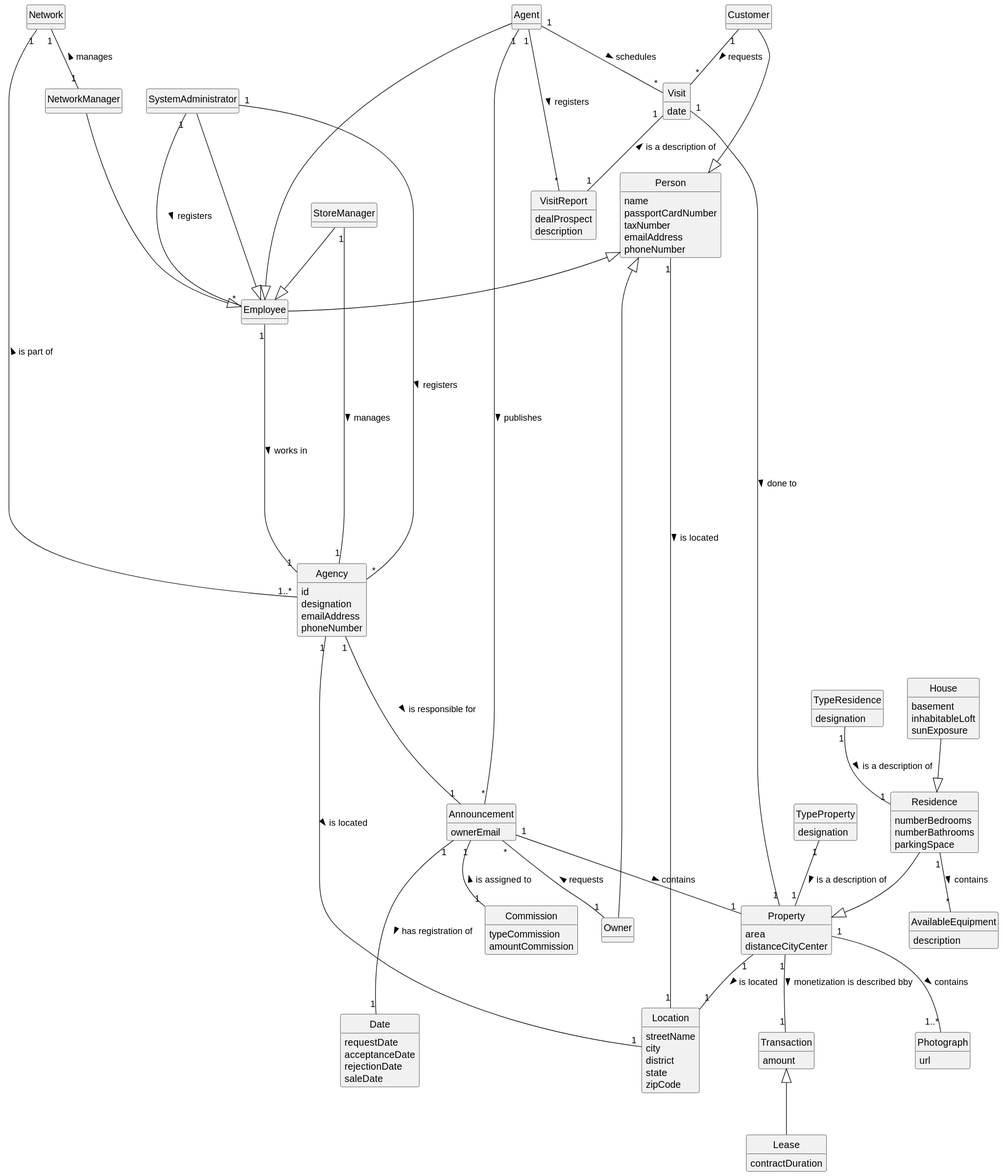
Above: docs/sprintB/global-artifacts/02.analysis/svg/project-domain-model.svg in rita-barbosa/LAPR2-2223 (PlantUML), before the change.
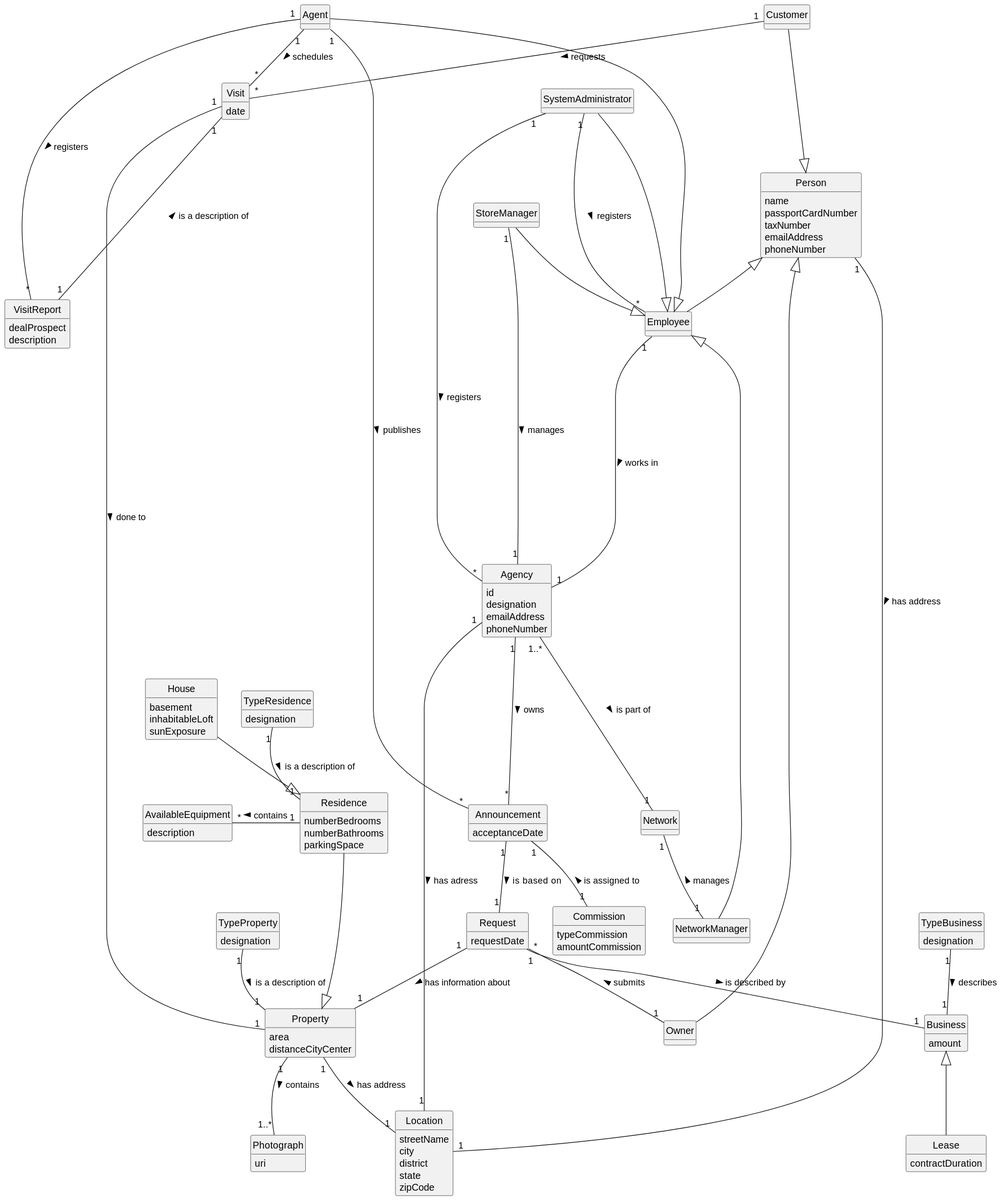
Later version of the same file.

Commit message:
Update of domain model [US002][Analysis]

What changed in the source:
```diff
@@ -44,15 +44,9 @@
 class NetworkManager{
 }
 class Announcement{
-ownerEmail
+acceptanceDate
+}
 
-}
-class Date {
-requestDate
-acceptanceDate
-rejectionDate
-saleDate
-}
 class Visit{
 date
 }
@@ -87,7 +81,7 @@
 designation
 }
 class Photograph{
-url
+uri
 }
 class Location{
 streetName
@@ -96,8 +90,11 @@
 state
 zipCode
 }
-class Transaction{
+class Business{
 amount
+}
+class TypeBusiness{
+designation
 }
 class Lease{
 contractDuration
@@ -106,7 +103,9 @@
 typeCommission
 amountCommission
 }
-
+class Request{
+requestDate
+}
 
 
 SystemAdministrator --|> Employee
@@ -124,24 +123,25 @@
 StoreManager "1" -- "1" Agency: manages >
 NetworkManager "1" -up- "1" Network: manages >
 Agency "1..*" --- "1" Network: is part of >
-Announcement "1" -- "1" Property: contains >
-Announcement "*" -- "1" Owner: requests <
+Request "*" -- "1" Owner: submits <
 Visit "1" -- "1" Property: done to >
-Residence  --|>  Property
+Residence  ---|>  Property
 House --|> Residence
-Visit "1" -- "1"  VisitReport: is a description of <
+Visit "1" --- "1"  VisitReport: is a description of <
 Agent "1" -- "*" VisitReport: registers >
 Employee "1" ----- "1" Agency: works in  >
 TypeProperty "1" -- "1" Property: is a description of >
 TypeResidence "1" -- "1" Residence: is a description of >
 Property "1" -- "1..*" Photograph: contains >
-Property "1"--"1" Location: is located  >
-Property "1" -- "1" Transaction: monetization is described bby >
-Transaction <|-- Lease
-Person "1" ---- "1" Location: is located >
-Agency "1" ---- "1" Location: is located >
-Residence "1" -- "*"AvailableEquipment: contains >
+Property "1"--"1" Location: has address >
+Person "1" - "1" Location: has address >
+Agency "1" --- "1" Location: has adress >
+Residence "1" -left "*"AvailableEquipment: contains >
 Announcement "1" -- "1" Commission: is assigned to <
-Agency "1" --- "1" Announcement: is responsible for >
-Announcement "1" --- "1" Date : has registration of >
+Agency "1" --- "*" Announcement: owns >
+Property "1" -up- "1" Request : < has information about
+Request "1" -- "1" Business: is described by >
+Business <|-- Lease
+TypeBusiness "1" -- "1" Business : describes >
+Announcement "1" -- "1" Request : is  based on >
 @enduml
```
